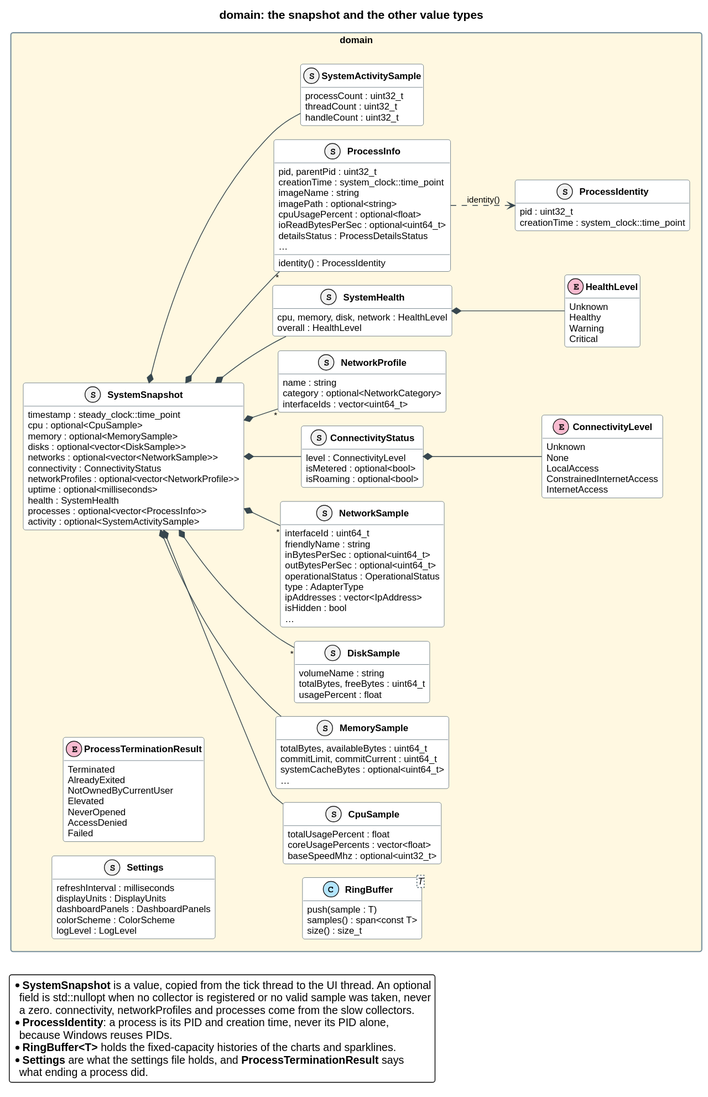
Earlier version of the PlantUML export docs/diagrams/domain_types.svg (DunderGG/verdandi).
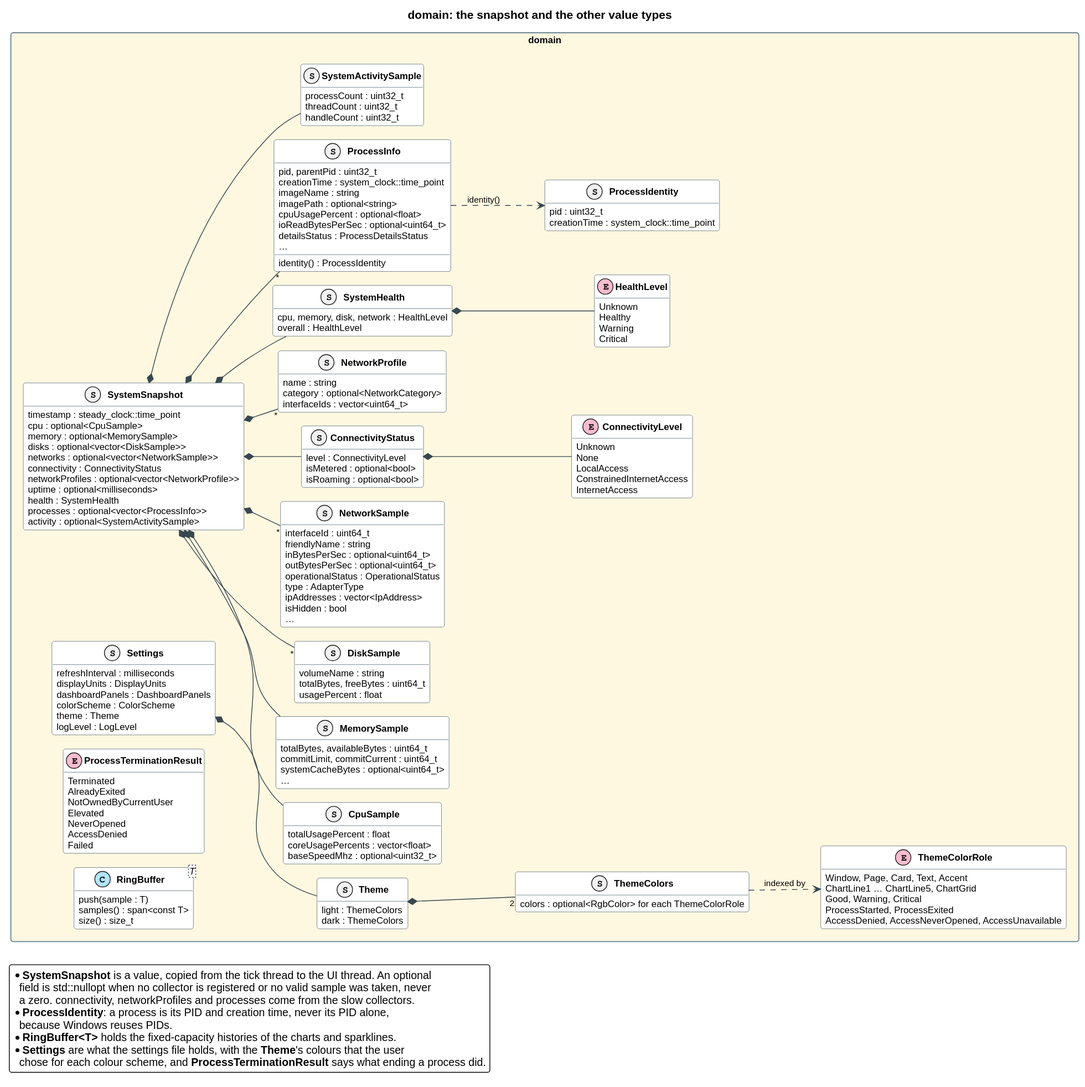
After the commit.

Change to the diagram source:
```diff
@@ -111,7 +111,25 @@
         displayUnits : DisplayUnits
         dashboardPanels : DashboardPanels
         colorScheme : ColorScheme
+        theme : Theme
         logLevel : LogLevel
+    }
+
+    struct Theme {
+        light : ThemeColors
+        dark : ThemeColors
+    }
+
+    struct ThemeColors {
+        colors : optional<RgbColor> for each ThemeColorRole
+    }
+
+    enum ThemeColorRole {
+        Window, Page, Card, Text, Accent
+        ChartLine1 … ChartLine5, ChartGrid
+        Good, Warning, Critical
+        ProcessStarted, ProcessExited
+        AccessDenied, AccessNeverOpened, AccessUnavailable
     }
 
     enum ProcessTerminationResult {
@@ -143,6 +161,9 @@
 ConnectivityStatus *-- ConnectivityLevel
 SystemHealth *-- HealthLevel
 ProcessInfo ..> ProcessIdentity : identity()
+Settings *-- Theme
+Theme *-- "2" ThemeColors
+ThemeColors ..> ThemeColorRole : indexed by
 
 legend bottom left
     * **SystemSnapshot** is a value, copied from the tick thread to the UI thread. An optional
@@ -151,7 +172,7 @@
     * **ProcessIdentity**: a process is its PID and creation time, never its PID alone,
       because Windows reuses PIDs.
     * **RingBuffer<T>** holds the fixed-capacity histories of the charts and sparklines.
-    * **Settings** are what the settings file holds, and **ProcessTerminationResult** says
-      what ending a process did.
+    * **Settings** are what the settings file holds, with the **Theme**'s colours that the user
+      chose for each colour scheme, and **ProcessTerminationResult** says what ending a process did.
 end legend
 @enduml
```
